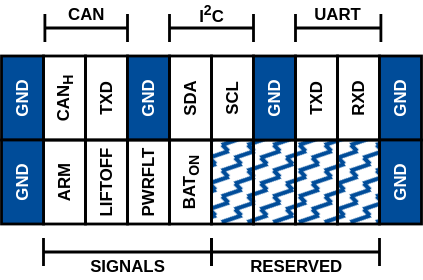
Before: 2_Designunterlagen/stack_data.drawio.svg, a diagram exported from draw.io (AUXSPACEeV/AUX-Core). Source tidied: cells renumbered, new cells last; positions are measured from the earlier drawing's top-left corner, leaving out a move shared by most shapes.
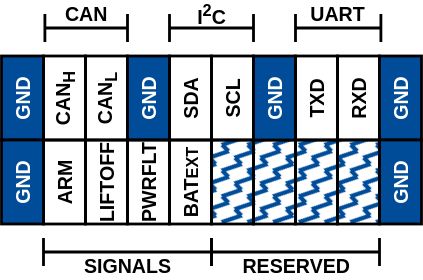
After the change.

The edit, as a diff of the source:
```diff
@@ -2,143 +2,143 @@
   <root>
     <mxCell id="0" />
     <mxCell id="1" parent="0" />
-    <mxCell id="2" style="rounded=0;whiteSpace=wrap;html=1;fillColor=#004C99;strokeColor=#000000;fontColor=#ffffff;strokeWidth=2;" parent="1" vertex="1">
+    <mxCell id="2" style="rounded=0;whiteSpace=wrap;html=1;fillColor=#004C99;strokeColor=#000000;fontColor=#ffffff;strokeWidth=2;fontSize=14;" parent="1" vertex="1">
       <mxGeometry x="15" y="40" width="30" height="60" as="geometry" />
     </mxCell>
-    <mxCell id="3" style="rounded=0;whiteSpace=wrap;html=1;strokeWidth=2;fontColor=default;fillColor=none;" parent="1" vertex="1">
+    <mxCell id="3" style="rounded=0;whiteSpace=wrap;html=1;strokeWidth=2;fontColor=default;fillColor=none;fontSize=14;" parent="1" vertex="1">
       <mxGeometry x="45" y="40" width="30" height="60" as="geometry" />
     </mxCell>
-    <mxCell id="4" style="rounded=0;whiteSpace=wrap;html=1;fontStyle=1;strokeWidth=2;fillColor=#004C99;gradientColor=none;gradientDirection=north;shadow=0;glass=0;fillStyle=zigzag-line;perimeterSpacing=1;" parent="1" vertex="1">
+    <mxCell id="4" style="rounded=0;whiteSpace=wrap;html=1;fontStyle=1;strokeWidth=2;fillColor=#004C99;gradientColor=none;gradientDirection=north;shadow=0;glass=0;fillStyle=zigzag-line;perimeterSpacing=1;fontSize=14;" parent="1" vertex="1">
       <mxGeometry x="165" y="100" width="30" height="60" as="geometry" />
     </mxCell>
-    <mxCell id="5" style="rounded=0;whiteSpace=wrap;html=1;strokeWidth=2;fontColor=default;fillColor=none;" parent="1" vertex="1">
+    <mxCell id="5" style="rounded=0;whiteSpace=wrap;html=1;strokeWidth=2;fontColor=default;fillColor=none;fontSize=14;" parent="1" vertex="1">
       <mxGeometry x="75" y="40" width="30" height="60" as="geometry" />
     </mxCell>
-    <mxCell id="6" style="rounded=0;whiteSpace=wrap;html=1;fontStyle=1;strokeWidth=2;fillColor=#004C99;gradientColor=none;gradientDirection=north;shadow=0;glass=0;fillStyle=zigzag-line;perimeterSpacing=1;" parent="1" vertex="1">
+    <mxCell id="6" style="rounded=0;whiteSpace=wrap;html=1;fontStyle=1;strokeWidth=2;fillColor=#004C99;gradientColor=none;gradientDirection=north;shadow=0;glass=0;fillStyle=zigzag-line;perimeterSpacing=1;fontSize=14;" parent="1" vertex="1">
       <mxGeometry x="195" y="100" width="30" height="60" as="geometry" />
     </mxCell>
-    <mxCell id="7" style="rounded=0;whiteSpace=wrap;html=1;fillColor=#004C99;strokeColor=#000000;fontColor=#ffffff;strokeWidth=2;" parent="1" vertex="1">
+    <mxCell id="7" style="rounded=0;whiteSpace=wrap;html=1;fillColor=#004C99;strokeColor=#000000;fontColor=#ffffff;strokeWidth=2;fontSize=14;" parent="1" vertex="1">
       <mxGeometry x="105" y="40" width="30" height="60" as="geometry" />
     </mxCell>
-    <mxCell id="8" style="rounded=0;whiteSpace=wrap;html=1;fontStyle=1;strokeWidth=2;fillColor=#004C99;gradientColor=none;gradientDirection=north;shadow=0;glass=0;fillStyle=zigzag-line;perimeterSpacing=1;" parent="1" vertex="1">
+    <mxCell id="8" style="rounded=0;whiteSpace=wrap;html=1;fontStyle=1;strokeWidth=2;fillColor=#004C99;gradientColor=none;gradientDirection=north;shadow=0;glass=0;fillStyle=zigzag-line;perimeterSpacing=1;fontSize=14;" parent="1" vertex="1">
       <mxGeometry x="225" y="100" width="30" height="60" as="geometry" />
     </mxCell>
-    <mxCell id="9" style="rounded=0;whiteSpace=wrap;html=1;strokeWidth=2;fontColor=default;fillColor=none;" parent="1" vertex="1">
+    <mxCell id="9" style="rounded=0;whiteSpace=wrap;html=1;strokeWidth=2;fontColor=default;fillColor=none;fontSize=14;" parent="1" vertex="1">
       <mxGeometry x="135" y="40" width="30" height="60" as="geometry" />
     </mxCell>
-    <mxCell id="10" style="rounded=0;whiteSpace=wrap;html=1;strokeWidth=2;fontColor=default;fillColor=none;" parent="1" vertex="1">
+    <mxCell id="10" style="rounded=0;whiteSpace=wrap;html=1;strokeWidth=2;fontColor=default;fillColor=none;fontSize=14;" parent="1" vertex="1">
       <mxGeometry x="165" y="40" width="30" height="60" as="geometry" />
     </mxCell>
-    <mxCell id="11" style="rounded=0;whiteSpace=wrap;html=1;fontStyle=1;strokeWidth=2;fontColor=default;fillColor=none;" parent="1" vertex="1">
+    <mxCell id="11" style="rounded=0;whiteSpace=wrap;html=1;fontStyle=1;strokeWidth=2;fontColor=default;fillColor=none;fontSize=14;" parent="1" vertex="1">
       <mxGeometry x="45" y="100" width="30" height="60" as="geometry" />
     </mxCell>
-    <mxCell id="12" style="rounded=0;whiteSpace=wrap;html=1;fillColor=#004C99;strokeColor=#000000;fontColor=#ffffff;strokeWidth=2;" parent="1" vertex="1">
+    <mxCell id="12" style="rounded=0;whiteSpace=wrap;html=1;fillColor=#004C99;strokeColor=#000000;fontColor=#ffffff;strokeWidth=2;fontSize=14;" parent="1" vertex="1">
       <mxGeometry x="195" y="40" width="30" height="60" as="geometry" />
     </mxCell>
-    <mxCell id="13" style="rounded=0;whiteSpace=wrap;html=1;fontStyle=1;strokeWidth=2;fontColor=default;fillColor=none;" parent="1" vertex="1">
+    <mxCell id="13" style="rounded=0;whiteSpace=wrap;html=1;fontStyle=1;strokeWidth=2;fontColor=default;fillColor=none;fontSize=14;" parent="1" vertex="1">
       <mxGeometry x="75" y="100" width="30" height="60" as="geometry" />
     </mxCell>
-    <mxCell id="14" style="rounded=0;whiteSpace=wrap;html=1;strokeWidth=2;fontColor=default;fillColor=none;" parent="1" vertex="1">
+    <mxCell id="14" style="rounded=0;whiteSpace=wrap;html=1;strokeWidth=2;fontColor=default;fillColor=none;fontSize=14;" parent="1" vertex="1">
       <mxGeometry x="225" y="40" width="30" height="60" as="geometry" />
     </mxCell>
-    <mxCell id="15" style="rounded=0;whiteSpace=wrap;html=1;fontStyle=1;strokeWidth=2;fontColor=default;fillColor=none;" parent="1" vertex="1">
+    <mxCell id="15" style="rounded=0;whiteSpace=wrap;html=1;fontStyle=1;strokeWidth=2;fontColor=default;fillColor=none;fontSize=14;" parent="1" vertex="1">
       <mxGeometry x="105" y="100" width="30" height="60" as="geometry" />
     </mxCell>
-    <mxCell id="16" style="rounded=0;whiteSpace=wrap;html=1;strokeWidth=2;fontColor=default;fillColor=none;" parent="1" vertex="1">
+    <mxCell id="16" style="rounded=0;whiteSpace=wrap;html=1;strokeWidth=2;fontColor=default;fillColor=none;fontSize=14;" parent="1" vertex="1">
       <mxGeometry x="255" y="40" width="30" height="60" as="geometry" />
     </mxCell>
-    <mxCell id="17" style="rounded=0;whiteSpace=wrap;html=1;fontStyle=1;strokeWidth=2;fontColor=default;fillColor=none;" parent="1" vertex="1">
+    <mxCell id="17" style="rounded=0;whiteSpace=wrap;html=1;fontStyle=1;strokeWidth=2;fontColor=default;fillColor=none;fontSize=14;" parent="1" vertex="1">
       <mxGeometry x="135" y="100" width="30" height="60" as="geometry" />
     </mxCell>
-    <mxCell id="18" style="rounded=0;whiteSpace=wrap;html=1;fillColor=#004C99;strokeColor=#000000;fontColor=#ffffff;strokeWidth=2;" parent="1" vertex="1">
+    <mxCell id="18" style="rounded=0;whiteSpace=wrap;html=1;fillColor=#004C99;strokeColor=#000000;fontColor=#ffffff;strokeWidth=2;fontSize=14;" parent="1" vertex="1">
       <mxGeometry x="285" y="40" width="30" height="60" as="geometry" />
     </mxCell>
-    <mxCell id="19" value="BAT&lt;sub&gt;ON&lt;/sub&gt;" style="text;html=1;whiteSpace=wrap;align=center;verticalAlign=middle;rounded=0;rotation=-90;fontColor=default;fontStyle=1;strokeWidth=2;fillColor=none;" parent="1" vertex="1">
+    <mxCell id="19" value="BAT&lt;span style=&quot;font-size: 11.6667px;&quot;&gt;EXT&lt;/span&gt;" style="text;html=1;whiteSpace=wrap;align=center;verticalAlign=middle;rounded=0;rotation=-90;fontColor=default;fontStyle=1;strokeWidth=2;fillColor=none;fontSize=14;" parent="1" vertex="1">
       <mxGeometry x="120" y="115" width="60" height="30" as="geometry" />
     </mxCell>
-    <mxCell id="20" style="rounded=0;whiteSpace=wrap;html=1;fillColor=#004C99;strokeColor=#000000;fontColor=#ffffff;strokeWidth=2;" parent="1" vertex="1">
+    <mxCell id="20" style="rounded=0;whiteSpace=wrap;html=1;fillColor=#004C99;strokeColor=#000000;fontColor=#ffffff;strokeWidth=2;fontSize=14;" parent="1" vertex="1">
       <mxGeometry x="285" y="100" width="30" height="60" as="geometry" />
     </mxCell>
-    <mxCell id="21" value="GND" style="text;html=1;whiteSpace=wrap;align=center;verticalAlign=middle;rounded=0;rotation=-90;fontColor=#FFFFFF;fontStyle=1;strokeWidth=2;" parent="1" vertex="1">
+    <mxCell id="21" value="GND" style="text;html=1;whiteSpace=wrap;align=center;verticalAlign=middle;rounded=0;rotation=-90;fontColor=#FFFFFF;fontStyle=1;strokeWidth=2;fontSize=14;" parent="1" vertex="1">
       <mxGeometry x="270" y="115" width="60" height="30" as="geometry" />
     </mxCell>
-    <mxCell id="22" value="GND" style="text;html=1;whiteSpace=wrap;align=center;verticalAlign=middle;rounded=0;rotation=-90;fontColor=#FFFFFF;fontStyle=1;strokeWidth=2;" parent="1" vertex="1">
+    <mxCell id="22" value="GND" style="text;html=1;whiteSpace=wrap;align=center;verticalAlign=middle;rounded=0;rotation=-90;fontColor=#FFFFFF;fontStyle=1;strokeWidth=2;fontSize=14;" parent="1" vertex="1">
       <mxGeometry x="270" y="55" width="60" height="30" as="geometry" />
     </mxCell>
-    <mxCell id="23" style="rounded=0;whiteSpace=wrap;html=1;fillColor=#004C99;strokeColor=#000000;fontColor=#ffffff;strokeWidth=2;" parent="1" vertex="1">
+    <mxCell id="23" style="rounded=0;whiteSpace=wrap;html=1;fillColor=#004C99;strokeColor=#000000;fontColor=#ffffff;strokeWidth=2;fontSize=14;" parent="1" vertex="1">
       <mxGeometry x="15" y="100" width="30" height="60" as="geometry" />
     </mxCell>
-    <mxCell id="24" value="GND" style="text;html=1;whiteSpace=wrap;align=center;verticalAlign=middle;rounded=0;rotation=-90;fontColor=#FFFFFF;fontStyle=1;strokeWidth=2;" parent="1" vertex="1">
+    <mxCell id="24" value="GND" style="text;html=1;whiteSpace=wrap;align=center;verticalAlign=middle;rounded=0;rotation=-90;fontColor=#FFFFFF;fontStyle=1;strokeWidth=2;fontSize=14;" parent="1" vertex="1">
       <mxGeometry x="180" y="55" width="60" height="30" as="geometry" />
     </mxCell>
-    <mxCell id="25" value="GND" style="text;html=1;whiteSpace=wrap;align=center;verticalAlign=middle;rounded=0;rotation=-90;fontColor=#FFFFFF;fontStyle=1;strokeWidth=2;" parent="1" vertex="1">
+    <mxCell id="25" value="GND" style="text;html=1;whiteSpace=wrap;align=center;verticalAlign=middle;rounded=0;rotation=-90;fontColor=#FFFFFF;fontStyle=1;strokeWidth=2;fontSize=14;" parent="1" vertex="1">
       <mxGeometry x="90" y="55" width="60" height="30" as="geometry" />
     </mxCell>
-    <mxCell id="26" value="GND" style="text;html=1;whiteSpace=wrap;align=center;verticalAlign=middle;rounded=0;rotation=-90;fontColor=#FFFFFF;fontStyle=1;strokeWidth=2;" parent="1" vertex="1">
+    <mxCell id="26" value="GND" style="text;html=1;whiteSpace=wrap;align=center;verticalAlign=middle;rounded=0;rotation=-90;fontColor=#FFFFFF;fontStyle=1;strokeWidth=2;fontSize=14;" parent="1" vertex="1">
       <mxGeometry y="115" width="60" height="30" as="geometry" />
     </mxCell>
-    <mxCell id="27" value="GND" style="text;html=1;whiteSpace=wrap;align=center;verticalAlign=middle;rounded=0;rotation=-90;fontColor=#FFFFFF;fontStyle=1;strokeWidth=2;" parent="1" vertex="1">
+    <mxCell id="27" value="GND" style="text;html=1;whiteSpace=wrap;align=center;verticalAlign=middle;rounded=0;rotation=-90;fontColor=#FFFFFF;fontStyle=1;strokeWidth=2;fontSize=14;" parent="1" vertex="1">
       <mxGeometry y="55" width="60" height="30" as="geometry" />
     </mxCell>
-    <mxCell id="28" value="RXD" style="text;html=1;whiteSpace=wrap;align=center;verticalAlign=middle;rounded=0;rotation=-90;fontColor=default;fontStyle=1;strokeWidth=2;fillColor=none;" parent="1" vertex="1">
+    <mxCell id="28" value="RXD" style="text;html=1;whiteSpace=wrap;align=center;verticalAlign=middle;rounded=0;rotation=-90;fontColor=default;fontStyle=1;strokeWidth=2;fillColor=none;fontSize=14;" parent="1" vertex="1">
       <mxGeometry x="240" y="55" width="60" height="30" as="geometry" />
     </mxCell>
-    <mxCell id="29" value="TXD" style="text;html=1;whiteSpace=wrap;align=center;verticalAlign=middle;rounded=0;rotation=-90;fontColor=default;fontStyle=1;strokeWidth=2;fillColor=none;" parent="1" vertex="1">
+    <mxCell id="29" value="TXD" style="text;html=1;whiteSpace=wrap;align=center;verticalAlign=middle;rounded=0;rotation=-90;fontColor=default;fontStyle=1;strokeWidth=2;fillColor=none;fontSize=14;" parent="1" vertex="1">
       <mxGeometry x="210" y="55" width="60" height="30" as="geometry" />
     </mxCell>
-    <mxCell id="30" value="PWRFLT" style="text;html=1;whiteSpace=wrap;align=center;verticalAlign=middle;rounded=0;rotation=-90;fontColor=default;fontStyle=1;strokeWidth=2;fillColor=none;" parent="1" vertex="1">
+    <mxCell id="30" value="PWRFLT" style="text;html=1;whiteSpace=wrap;align=center;verticalAlign=middle;rounded=0;rotation=-90;fontColor=default;fontStyle=1;strokeWidth=2;fillColor=none;fontSize=14;" parent="1" vertex="1">
       <mxGeometry x="90" y="115" width="60" height="30" as="geometry" />
     </mxCell>
-    <mxCell id="31" value="LIFTOFF" style="text;html=1;whiteSpace=wrap;align=center;verticalAlign=middle;rounded=0;rotation=-90;fontColor=default;fontStyle=1;strokeWidth=2;fillColor=none;" parent="1" vertex="1">
+    <mxCell id="31" value="LIFTOFF" style="text;html=1;whiteSpace=wrap;align=center;verticalAlign=middle;rounded=0;rotation=-90;fontColor=default;fontStyle=1;strokeWidth=2;fillColor=none;fontSize=14;" parent="1" vertex="1">
       <mxGeometry x="60" y="115" width="60" height="30" as="geometry" />
     </mxCell>
-    <mxCell id="32" value="ARM" style="text;html=1;whiteSpace=wrap;align=center;verticalAlign=middle;rounded=0;rotation=-90;fontColor=default;fontStyle=1;strokeWidth=2;fillColor=none;" parent="1" vertex="1">
+    <mxCell id="32" value="ARM" style="text;html=1;whiteSpace=wrap;align=center;verticalAlign=middle;rounded=0;rotation=-90;fontColor=default;fontStyle=1;strokeWidth=2;fillColor=none;fontSize=14;" parent="1" vertex="1">
       <mxGeometry x="30" y="115" width="60" height="30" as="geometry" />
     </mxCell>
-    <mxCell id="33" value="SCL" style="text;html=1;whiteSpace=wrap;align=center;verticalAlign=middle;rounded=0;rotation=-90;fontColor=default;fontStyle=1;strokeWidth=2;fillColor=none;" parent="1" vertex="1">
+    <mxCell id="33" value="SCL" style="text;html=1;whiteSpace=wrap;align=center;verticalAlign=middle;rounded=0;rotation=-90;fontColor=default;fontStyle=1;strokeWidth=2;fillColor=none;fontSize=14;" parent="1" vertex="1">
       <mxGeometry x="150" y="55" width="60" height="30" as="geometry" />
     </mxCell>
-    <mxCell id="34" value="SDA" style="text;html=1;whiteSpace=wrap;align=center;verticalAlign=middle;rounded=0;rotation=-90;fontColor=default;fontStyle=1;strokeWidth=2;fillColor=none;" parent="1" vertex="1">
+    <mxCell id="34" value="SDA" style="text;html=1;whiteSpace=wrap;align=center;verticalAlign=middle;rounded=0;rotation=-90;fontColor=default;fontStyle=1;strokeWidth=2;fillColor=none;fontSize=14;" parent="1" vertex="1">
       <mxGeometry x="120" y="55" width="60" height="30" as="geometry" />
     </mxCell>
-    <mxCell id="35" style="rounded=0;whiteSpace=wrap;html=1;fontStyle=1;strokeWidth=2;fillColor=#004C99;gradientColor=none;gradientDirection=north;shadow=0;glass=0;fillStyle=zigzag-line;perimeterSpacing=1;" parent="1" vertex="1">
+    <mxCell id="35" style="rounded=0;whiteSpace=wrap;html=1;fontStyle=1;strokeWidth=2;fillColor=#004C99;gradientColor=none;gradientDirection=north;shadow=0;glass=0;fillStyle=zigzag-line;perimeterSpacing=1;fontSize=14;" parent="1" vertex="1">
       <mxGeometry x="255" y="100" width="30" height="60" as="geometry" />
     </mxCell>
-    <mxCell id="36" value="TXD" style="text;html=1;whiteSpace=wrap;align=center;verticalAlign=middle;rounded=0;rotation=-90;fontColor=default;fontStyle=1;strokeWidth=2;fillColor=none;" parent="1" vertex="1">
+    <mxCell id="36" value="CAN&lt;sub&gt;L&lt;/sub&gt;" style="text;html=1;whiteSpace=wrap;align=center;verticalAlign=middle;rounded=0;rotation=-90;fontColor=default;fontStyle=1;strokeWidth=2;fillColor=none;fontSize=14;" parent="1" vertex="1">
       <mxGeometry x="60" y="55" width="60" height="30" as="geometry" />
     </mxCell>
-    <mxCell id="37" value="CAN&lt;sub&gt;H&lt;/sub&gt;" style="text;html=1;whiteSpace=wrap;align=center;verticalAlign=middle;rounded=0;rotation=-90;fontColor=default;fontStyle=1;strokeWidth=2;fillColor=none;" parent="1" vertex="1">
+    <mxCell id="37" value="CAN&lt;sub&gt;H&lt;/sub&gt;" style="text;html=1;whiteSpace=wrap;align=center;verticalAlign=middle;rounded=0;rotation=-90;fontColor=default;fontStyle=1;strokeWidth=2;fillColor=none;fontSize=14;" parent="1" vertex="1">
       <mxGeometry x="30" y="55" width="60" height="30" as="geometry" />
     </mxCell>
-    <mxCell id="38" style="shape=crossbar;whiteSpace=wrap;html=1;rounded=1;strokeWidth=2;" parent="1" vertex="1">
+    <mxCell id="38" style="shape=crossbar;whiteSpace=wrap;html=1;rounded=1;strokeWidth=2;fontSize=14;" parent="1" vertex="1">
       <mxGeometry x="165" y="170" width="120" height="20" as="geometry" />
     </mxCell>
-    <mxCell id="39" style="shape=crossbar;whiteSpace=wrap;html=1;rounded=1;strokeWidth=2;" parent="1" vertex="1">
+    <mxCell id="39" style="shape=crossbar;whiteSpace=wrap;html=1;rounded=1;strokeWidth=2;fontSize=14;" parent="1" vertex="1">
       <mxGeometry x="45" y="170" width="120" height="20" as="geometry" />
     </mxCell>
-    <mxCell id="40" style="shape=crossbar;whiteSpace=wrap;html=1;rounded=1;strokeWidth=2;" parent="1" vertex="1">
+    <mxCell id="40" style="shape=crossbar;whiteSpace=wrap;html=1;rounded=1;strokeWidth=2;fontSize=14;" parent="1" vertex="1">
       <mxGeometry x="225" y="10" width="61" height="20" as="geometry" />
     </mxCell>
-    <mxCell id="41" style="shape=crossbar;whiteSpace=wrap;html=1;rounded=1;strokeWidth=2;" parent="1" vertex="1">
+    <mxCell id="41" style="shape=crossbar;whiteSpace=wrap;html=1;rounded=1;strokeWidth=2;fontSize=14;" parent="1" vertex="1">
       <mxGeometry x="46" y="10" width="59" height="20" as="geometry" />
     </mxCell>
-    <mxCell id="42" style="shape=crossbar;whiteSpace=wrap;html=1;rounded=1;strokeWidth=2;" parent="1" vertex="1">
+    <mxCell id="42" style="shape=crossbar;whiteSpace=wrap;html=1;rounded=1;strokeWidth=2;fontSize=14;" parent="1" vertex="1">
       <mxGeometry x="135" y="10" width="60" height="20" as="geometry" />
     </mxCell>
-    <mxCell id="43" value="&lt;b&gt;UART&lt;/b&gt;" style="text;html=1;whiteSpace=wrap;strokeColor=none;fillColor=none;align=center;verticalAlign=middle;rounded=0;" parent="1" vertex="1">
+    <mxCell id="43" value="&lt;b&gt;UART&lt;/b&gt;" style="text;html=1;whiteSpace=wrap;strokeColor=none;fillColor=none;align=center;verticalAlign=middle;rounded=0;fontSize=14;" parent="1" vertex="1">
       <mxGeometry x="229" width="52" height="20" as="geometry" />
     </mxCell>
-    <mxCell id="44" value="&lt;b&gt;I&lt;sup&gt;2&lt;/sup&gt;C&lt;/b&gt;" style="text;html=1;whiteSpace=wrap;strokeColor=none;fillColor=none;align=center;verticalAlign=middle;rounded=0;" parent="1" vertex="1">
+    <mxCell id="44" value="&lt;b&gt;I&lt;sup&gt;2&lt;/sup&gt;C&lt;/b&gt;" style="text;html=1;whiteSpace=wrap;strokeColor=none;fillColor=none;align=center;verticalAlign=middle;rounded=0;fontSize=14;" parent="1" vertex="1">
       <mxGeometry x="150" width="30" height="20" as="geometry" />
     </mxCell>
-    <mxCell id="45" value="&lt;b&gt;CAN&lt;/b&gt;" style="text;html=1;whiteSpace=wrap;strokeColor=none;fillColor=none;align=center;verticalAlign=middle;rounded=0;" parent="1" vertex="1">
+    <mxCell id="45" value="&lt;b&gt;CAN&lt;/b&gt;" style="text;html=1;whiteSpace=wrap;strokeColor=none;fillColor=none;align=center;verticalAlign=middle;rounded=0;fontSize=14;" parent="1" vertex="1">
       <mxGeometry x="50" width="51" height="20" as="geometry" />
     </mxCell>
-    <mxCell id="46" value="&lt;b&gt;RESERVED&lt;/b&gt;" style="text;html=1;whiteSpace=wrap;strokeColor=none;fillColor=none;align=center;verticalAlign=middle;rounded=0;" parent="1" vertex="1">
+    <mxCell id="46" value="&lt;b&gt;RESERVED&lt;/b&gt;" style="text;html=1;whiteSpace=wrap;strokeColor=none;fillColor=none;align=center;verticalAlign=middle;rounded=0;fontSize=14;" parent="1" vertex="1">
       <mxGeometry x="182.5" y="180" width="85" height="20" as="geometry" />
     </mxCell>
-    <mxCell id="47" value="&lt;b&gt;SIGNALS&lt;/b&gt;" style="text;html=1;whiteSpace=wrap;strokeColor=none;fillColor=none;align=center;verticalAlign=middle;rounded=0;" parent="1" vertex="1">
-      <mxGeometry x="75" y="180" width="60" height="20" as="geometry" />
+    <mxCell id="47" value="&lt;b&gt;SIGNALS&lt;/b&gt;" style="text;html=1;whiteSpace=wrap;strokeColor=none;fillColor=none;align=center;verticalAlign=middle;rounded=0;fontSize=14;" parent="1" vertex="1">
+      <mxGeometry x="60" y="180" width="90" height="20" as="geometry" />
     </mxCell>
   </root>
 </mxGraphModel>
```
